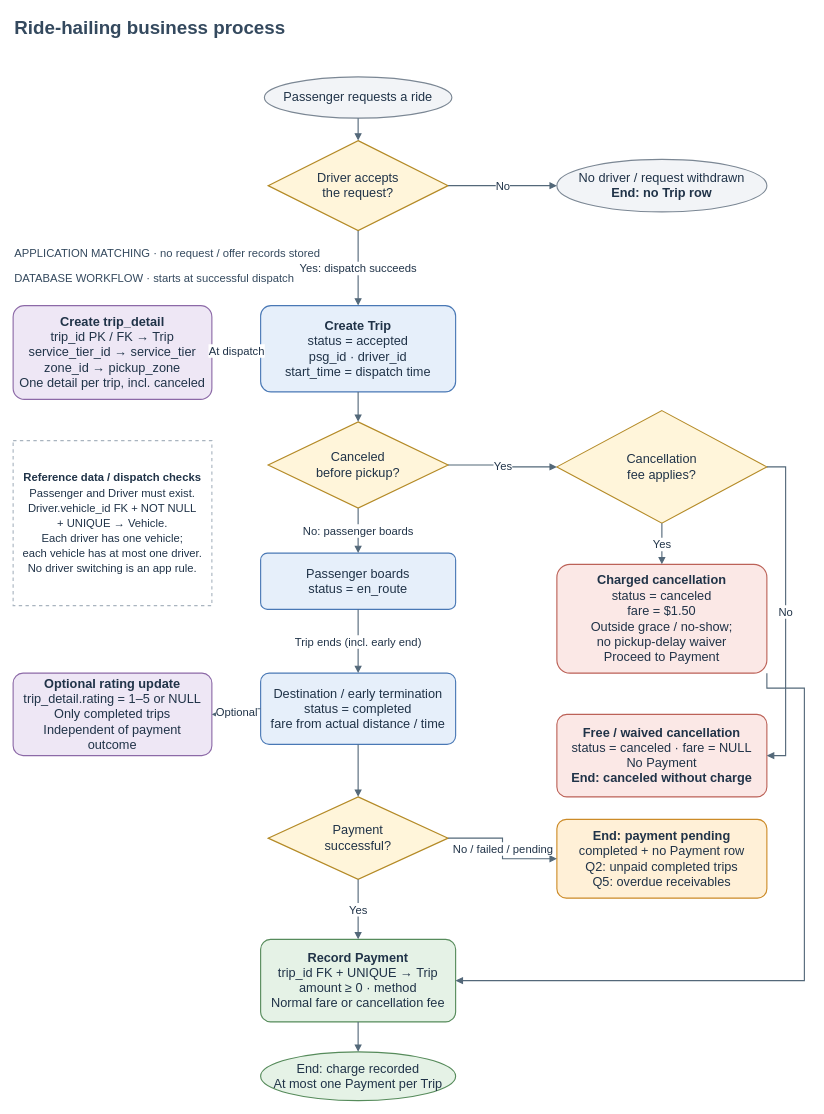
Before: 04_figures/a1_business_flow_report.drawio in chenyanwu83-blip/DBM-Group-Project1, a draw.io diagram. Source tidied: cells renumbered, new cells numbered last; positions are measured from the earlier drawing's top-left corner, leaving out a move shared by most shapes. Both pictures are drawn from the tidied source at 75%, with x=0, y=0 at pixel (13, 13).
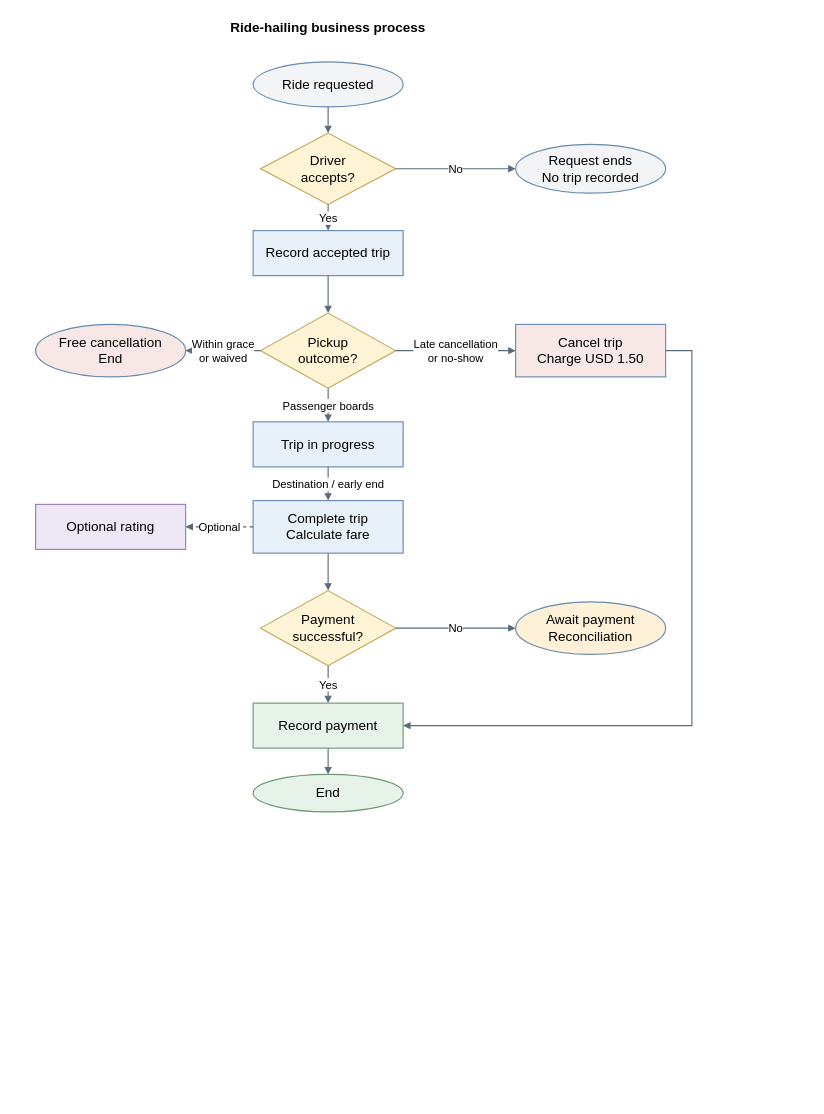
After the change.

Commit message (it also covers changes not shown here):
A: Redraw concise business process flow — CHEN Yinan

The edit, as a diff of the source:
```diff
@@
-    <mxCell id="2" value="&lt;b&gt;Ride-hailing business process&lt;/b&gt;" style="text;html=1;whiteSpace=wrap;align=left;verticalAlign=middle;fontFamily=Arial;fontSize=25;fontColor=#34495e;" parent="1" vertex="1">
-      <mxGeometry width="1040" height="35" as="geometry" />
+    <mxCell id="2" value="&lt;b&gt;Ride-hailing business process&lt;/b&gt;" style="text;strokeColor=none;fillColor=none;html=1;whiteSpace=wrap;align=center;verticalAlign=middle;fontFamily=Arial;fontSize=18;spacing=6;fillColor=#e8f0fa;strokeColor=#6689b0;strokeWidth=1.5;strokeColor=none;fillColor=none;" parent="1" vertex="1">
+      <mxGeometry x="180" width="480" height="40" as="geometry" />
     </mxCell>
-    <mxCell id="3" value="Passenger requests a ride" style="ellipse;whiteSpace=wrap;html=1;fillColor=#f2f4f7;strokeColor=#7b8794;strokeWidth=1.5;fontColor=#203348;fontFamily=Arial;fontSize=17;align=center;verticalAlign=middle;spacing=8;" parent="1" vertex="1">
-      <mxGeometry x="335" y="85" width="250" height="55" as="geometry" />
+    <mxCell id="3" value="Ride requested" style="ellipse;html=1;whiteSpace=wrap;align=center;verticalAlign=middle;fontFamily=Arial;fontSize=18;spacing=6;fillColor=#f2f4f6;strokeColor=#6689b0;strokeWidth=1.5;" parent="1" vertex="1">
+      <mxGeometry x="320" y="65" width="200" height="60" as="geometry" />
     </mxCell>
-    <mxCell id="4" value="Driver accepts&lt;br&gt;the request?" style="rhombus;whiteSpace=wrap;html=1;fillColor=#fff5da;strokeColor=#b48a26;strokeWidth=1.5;fontColor=#203348;fontFamily=Arial;fontSize=17;align=center;verticalAlign=middle;spacing=8;" parent="1" vertex="1">
-      <mxGeometry x="340" y="170" width="240" height="120" as="geometry" />
+    <mxCell id="4" value="Driver&lt;br&gt;accepts?" style="rhombus;html=1;whiteSpace=wrap;align=center;verticalAlign=middle;fontFamily=Arial;fontSize=18;spacing=6;fillColor=#fff4d6;strokeColor=#c5a14d;strokeWidth=1.5;" parent="1" vertex="1">
+      <mxGeometry x="330" y="160" width="180" height="95" as="geometry" />
     </mxCell>
-    <mxCell id="5" value="No driver / request withdrawn&lt;br&gt;&lt;b&gt;End: no Trip row&lt;/b&gt;" style="ellipse;whiteSpace=wrap;html=1;fillColor=#f2f4f7;strokeColor=#7b8794;strokeWidth=1.5;fontColor=#203348;fontFamily=Arial;fontSize=17;align=center;verticalAlign=middle;spacing=8;" parent="1" vertex="1">
-      <mxGeometry x="725" y="195" width="280" height="70" as="geometry" />
-    </mxCell>
-    <mxCell id="6" value="APPLICATION MATCHING · no request / offer records stored" style="text;html=1;whiteSpace=wrap;align=left;verticalAlign=middle;fontFamily=Arial;fontSize=15;fontColor=#34495e;" parent="1" vertex="1">
-      <mxGeometry y="305" width="1040" height="28" as="geometry" />
-    </mxCell>
-    <mxCell id="7" value="DATABASE WORKFLOW · starts at successful dispatch" style="text;html=1;whiteSpace=wrap;align=left;verticalAlign=middle;fontFamily=Arial;fontSize=15;fontColor=#34495e;" parent="1" vertex="1">
-      <mxGeometry y="339" width="1040" height="28" as="geometry" />
-    </mxCell>
-    <mxCell id="8" value="&lt;b&gt;Create Trip&lt;/b&gt;&lt;br&gt;status = accepted&lt;br&gt;psg_id · driver_id&lt;br&gt;start_time = dispatch time" style="rounded=1;arcSize=12;whiteSpace=wrap;html=1;fillColor=#e6effa;strokeColor=#4978b5;strokeWidth=1.5;fontColor=#203348;fontFamily=Arial;fontSize=17;align=center;verticalAlign=middle;spacing=8;" parent="1" vertex="1">
-      <mxGeometry x="330" y="390" width="260" height="115" as="geometry" />
-    </mxCell>
-    <mxCell id="9" value="&lt;b&gt;Create trip_detail&lt;/b&gt;&lt;br&gt;trip_id PK / FK → Trip&lt;br&gt;service_tier_id → service_tier&lt;br&gt;zone_id → pickup_zone&lt;br&gt;One detail per trip, incl. canceled" style="rounded=1;arcSize=12;whiteSpace=wrap;html=1;fillColor=#eee7f5;strokeColor=#8c69a7;strokeWidth=1.5;fontColor=#203348;fontFamily=Arial;fontSize=17;align=center;verticalAlign=middle;spacing=8;" parent="1" vertex="1">
-      <mxGeometry y="390" width="265" height="125" as="geometry" />
-    </mxCell>
-    <mxCell id="10" value="Canceled&lt;br&gt;before pickup?" style="rhombus;whiteSpace=wrap;html=1;fillColor=#fff5da;strokeColor=#b48a26;strokeWidth=1.5;fontColor=#203348;fontFamily=Arial;fontSize=17;align=center;verticalAlign=middle;spacing=8;" parent="1" vertex="1">
-      <mxGeometry x="340" y="545" width="240" height="115" as="geometry" />
-    </mxCell>
-    <mxCell id="11" value="Cancellation&lt;br&gt;fee applies?" style="rhombus;whiteSpace=wrap;html=1;fillColor=#fff5da;strokeColor=#b48a26;strokeWidth=1.5;fontColor=#203348;fontFamily=Arial;fontSize=17;align=center;verticalAlign=middle;spacing=8;" parent="1" vertex="1">
-      <mxGeometry x="725" y="530" width="280" height="150" as="geometry" />
-    </mxCell>
-    <mxCell id="12" value="Passenger boards&lt;br&gt;status = en_route" style="rounded=1;arcSize=12;whiteSpace=wrap;html=1;fillColor=#e6effa;strokeColor=#4978b5;strokeWidth=1.5;fontColor=#203348;fontFamily=Arial;fontSize=17;align=center;verticalAlign=middle;spacing=8;" parent="1" vertex="1">
-      <mxGeometry x="330" y="720" width="260" height="75" as="geometry" />
-    </mxCell>
-    <mxCell id="13" value="&lt;b&gt;Charged cancellation&lt;/b&gt;&lt;br&gt;status = canceled&lt;br&gt;fare = $1.50&lt;br&gt;Outside grace / no-show;&lt;br&gt;no pickup-delay waiver&lt;br&gt;Proceed to Payment" style="rounded=1;arcSize=12;whiteSpace=wrap;html=1;fillColor=#fbe8e6;strokeColor=#bc6258;strokeWidth=1.5;fontColor=#203348;fontFamily=Arial;fontSize=17;align=center;verticalAlign=middle;spacing=8;" parent="1" vertex="1">
-      <mxGeometry x="725" y="735" width="280" height="145" as="geometry" />
-    </mxCell>
+    <mxCell id="38" value="Request ends&lt;br&gt;No trip recorded" style="ellipse;html=1;whiteSpace=wrap;align=center;verticalAlign=middle;fontFamily=Arial;fontSize=18;spacing=6;fillColor=#f2f4f6;strokeColor=#6689b0;strokeWidth=1.5;" parent="1" vertex="1">
+      <mxGeometry x="670" y="175" width="200" height="65" as="geometry" />
+    </mxCell>
+    <mxCell id="39" value="Record accepted trip" style="rounded=0;html=1;whiteSpace=wrap;align=center;verticalAlign=middle;fontFamily=Arial;fontSize=18;spacing=6;fillColor=#e8f0fa;strokeColor=#6689b0;strokeWidth=1.5;" parent="1" vertex="1">
+      <mxGeometry x="320" y="290" width="200" height="60" as="geometry" />
+    </mxCell>
+    <mxCell id="40" value="Pickup&lt;br&gt;outcome?" style="rhombus;html=1;whiteSpace=wrap;align=center;verticalAlign=middle;fontFamily=Arial;fontSize=18;spacing=6;fillColor=#fff4d6;strokeColor=#c5a14d;strokeWidth=1.5;" parent="1" vertex="1">
+      <mxGeometry x="330" y="400" width="180" height="100" as="geometry" />
+    </mxCell>
-    <mxCell id="14" value="&lt;b&gt;Free / waived cancellation&lt;/b&gt;&lt;br&gt;status = canceled · fare = NULL&lt;br&gt;No Payment&lt;br&gt;&lt;b&gt;End: canceled without charge&lt;/b&gt;" style="rounded=1;arcSize=12;whiteSpace=wrap;html=1;fillColor=#fbe8e6;strokeColor=#bc6258;strokeWidth=1.5;fontColor=#203348;fontFamily=Arial;fontSize=17;align=center;verticalAlign=middle;spacing=8;" parent="1" vertex="1">
-      <mxGeometry x="725" y="935" width="280" height="110" as="geometry" />
+    <mxCell id="14" value="Free cancellation&lt;br&gt;End" style="ellipse;html=1;whiteSpace=wrap;align=center;verticalAlign=middle;fontFamily=Arial;fontSize=18;spacing=6;fillColor=#f8e8e5;strokeColor=#6689b0;strokeWidth=1.5;" parent="1" vertex="1">
+      <mxGeometry x="30" y="415" width="200" height="70" as="geometry" />
     </mxCell>
+    <mxCell id="41" value="Cancel trip&lt;br&gt;Charge USD 1.50" style="rounded=0;html=1;whiteSpace=wrap;align=center;verticalAlign=middle;fontFamily=Arial;fontSize=18;spacing=6;fillColor=#f8e8e5;strokeColor=#6689b0;strokeWidth=1.5;" parent="1" vertex="1">
+      <mxGeometry x="670" y="415" width="200" height="70" as="geometry" />
+    </mxCell>
+    <mxCell id="42" value="Trip in progress" style="rounded=0;html=1;whiteSpace=wrap;align=center;verticalAlign=middle;fontFamily=Arial;fontSize=18;spacing=6;fillColor=#e8f0fa;strokeColor=#6689b0;strokeWidth=1.5;" parent="1" vertex="1">
+      <mxGeometry x="320" y="545" width="200" height="60" as="geometry" />
+    </mxCell>
-    <mxCell id="15" value="Destination / early termination&lt;br&gt;status = completed&lt;br&gt;fare from actual distance / time" style="rounded=1;arcSize=12;whiteSpace=wrap;html=1;fillColor=#e6effa;strokeColor=#4978b5;strokeWidth=1.5;fontColor=#203348;fontFamily=Arial;fontSize=17;align=center;verticalAlign=middle;spacing=8;" parent="1" vertex="1">
-      <mxGeometry x="330" y="880" width="260" height="95" as="geometry" />
+    <mxCell id="15" value="Complete trip&lt;br&gt;Calculate fare" style="rounded=0;html=1;whiteSpace=wrap;align=center;verticalAlign=middle;fontFamily=Arial;fontSize=18;spacing=6;fillColor=#e8f0fa;strokeColor=#6689b0;strokeWidth=1.5;" parent="1" vertex="1">
+      <mxGeometry x="320" y="650" width="200" height="70" as="geometry" />
     </mxCell>
-    <mxCell id="16" value="&lt;b&gt;Optional rating update&lt;/b&gt;&lt;br&gt;trip_detail.rating = 1–5 or NULL&lt;br&gt;Only completed trips&lt;br&gt;Independent of payment outcome" style="rounded=1;arcSize=12;whiteSpace=wrap;html=1;fillColor=#eee7f5;strokeColor=#8c69a7;strokeWidth=1.5;fontColor=#203348;fontFamily=Arial;fontSize=17;align=center;verticalAlign=middle;spacing=8;" parent="1" vertex="1">
-      <mxGeometry y="880" width="265" height="110" as="geometry" />
+    <mxCell id="16" value="Optional rating" style="rounded=0;html=1;whiteSpace=wrap;align=center;verticalAlign=middle;fontFamily=Arial;fontSize=18;spacing=6;fillColor=#eee7f5;strokeColor=#9a7bb2;strokeWidth=1.5;" parent="1" vertex="1">
+      <mxGeometry x="30" y="655" width="200" height="60" as="geometry" />
     </mxCell>
-    <mxCell id="17" value="Payment&lt;br&gt;successful?" style="rhombus;whiteSpace=wrap;html=1;fillColor=#fff5da;strokeColor=#b48a26;strokeWidth=1.5;fontColor=#203348;fontFamily=Arial;fontSize=17;align=center;verticalAlign=middle;spacing=8;" parent="1" vertex="1">
-      <mxGeometry x="340" y="1045" width="240" height="110" as="geometry" />
+    <mxCell id="17" value="Payment&lt;br&gt;successful?" style="rhombus;html=1;whiteSpace=wrap;align=center;verticalAlign=middle;fontFamily=Arial;fontSize=18;spacing=6;fillColor=#fff4d6;strokeColor=#c5a14d;strokeWidth=1.5;" parent="1" vertex="1">
+      <mxGeometry x="330" y="770" width="180" height="100" as="geometry" />
     </mxCell>
-    <mxCell id="18" value="&lt;b&gt;End: payment pending&lt;/b&gt;&lt;br&gt;completed + no Payment row&lt;br&gt;Q2: unpaid completed trips&lt;br&gt;Q5: overdue receivables" style="rounded=1;arcSize=12;whiteSpace=wrap;html=1;fillColor=#fff0d7;strokeColor=#cc8b28;strokeWidth=1.5;fontColor=#203348;fontFamily=Arial;fontSize=17;align=center;verticalAlign=middle;spacing=8;" parent="1" vertex="1">
-      <mxGeometry x="725" y="1075" width="280" height="105" as="geometry" />
+    <mxCell id="18" value="Await payment&lt;br&gt;Reconciliation" style="ellipse;html=1;whiteSpace=wrap;align=center;verticalAlign=middle;fontFamily=Arial;fontSize=18;spacing=6;fillColor=#fff0d8;strokeColor=#6689b0;strokeWidth=1.5;" parent="1" vertex="1">
+      <mxGeometry x="670" y="785" width="200" height="70" as="geometry" />
     </mxCell>
-    <mxCell id="19" value="&lt;b&gt;Record Payment&lt;/b&gt;&lt;br&gt;trip_id FK + UNIQUE → Trip&lt;br&gt;amount ≥ 0 · method&lt;br&gt;Normal fare or cancellation fee" style="rounded=1;arcSize=12;whiteSpace=wrap;html=1;fillColor=#e5f2e6;strokeColor=#568b5b;strokeWidth=1.5;fontColor=#203348;fontFamily=Arial;fontSize=17;align=center;verticalAlign=middle;spacing=8;" parent="1" vertex="1">
-      <mxGeometry x="330" y="1235" width="260" height="110" as="geometry" />
+    <mxCell id="19" value="Record payment" style="rounded=0;html=1;whiteSpace=wrap;align=center;verticalAlign=middle;fontFamily=Arial;fontSize=18;spacing=6;fillColor=#e7f2e8;strokeColor=#6b9a70;strokeWidth=1.5;" parent="1" vertex="1">
+      <mxGeometry x="320" y="920" width="200" height="60" as="geometry" />
     </mxCell>
-    <mxCell id="20" value="End: charge recorded&lt;br&gt;At most one Payment per Trip" style="ellipse;whiteSpace=wrap;html=1;fillColor=#e5f2e6;strokeColor=#568b5b;strokeWidth=1.5;fontColor=#203348;fontFamily=Arial;fontSize=17;align=center;verticalAlign=middle;spacing=8;" parent="1" vertex="1">
-      <mxGeometry x="330" y="1385" width="260" height="65" as="geometry" />
+    <mxCell id="20" value="End" style="ellipse;html=1;whiteSpace=wrap;align=center;verticalAlign=middle;fontFamily=Arial;fontSize=18;spacing=6;fillColor=#e7f2e8;strokeColor=#6b9a70;strokeWidth=1.5;" parent="1" vertex="1">
+      <mxGeometry x="320" y="1015" width="200" height="50" as="geometry" />
     </mxCell>
-    <mxCell id="21" value="&lt;font style=&quot;font-size:15px&quot;&gt;&lt;b&gt;Reference data / dispatch checks&lt;/b&gt;&lt;br&gt;Passenger and Driver must exist.&lt;br&gt;Driver.vehicle_id FK + NOT NULL&lt;br&gt;+ UNIQUE → Vehicle.&lt;br&gt;Each driver has one vehicle;&lt;br&gt;each vehicle has at most one driver.&lt;br&gt;No driver switching is an app rule.&lt;/font&gt;" style="rounded=0;dashed=1;whiteSpace=wrap;html=1;fillColor=#ffffff;strokeColor=#a9b4bf;strokeWidth=1.5;fontColor=#203348;fontFamily=Arial;fontSize=17;align=center;verticalAlign=middle;spacing=8;" parent="1" vertex="1">
-      <mxGeometry y="570" width="265" height="220" as="geometry" />
-    </mxCell>
-    <mxCell id="22" style="edgeStyle=orthogonalEdgeStyle;rounded=0;html=1;endArrow=block;endFill=1;strokeColor=#536879;strokeWidth=1.5;fontFamily=Arial;fontSize=15;fontColor=#203348;labelBackgroundColor=#ffffff;exitX=0.5;exitY=1;entryX=0.5;entryY=0;" parent="1" edge="1" source="3" target="4">
+    <mxCell id="22" style="edgeStyle=orthogonalEdgeStyle;rounded=0;html=1;endArrow=block;endFill=1;strokeWidth=1.5;strokeColor=#596b7b;fontFamily=Arial;fontSize=15;labelBackgroundColor=#ffffff;exitX=0.5;exitY=1;entryX=0.5;entryY=0;" parent="1" edge="1" source="3" target="4">
       <mxGeometry relative="1" as="geometry" />
     </mxCell>
-    <mxCell id="23" value="No" style="edgeStyle=orthogonalEdgeStyle;rounded=0;html=1;endArrow=block;endFill=1;strokeColor=#536879;strokeWidth=1.5;fontFamily=Arial;fontSize=15;fontColor=#203348;labelBackgroundColor=#ffffff;exitX=1;exitY=0.5;entryX=0;entryY=0.5;" parent="1" edge="1" source="4" target="5">
+    <mxCell id="23" value="No" style="edgeStyle=orthogonalEdgeStyle;rounded=0;html=1;endArrow=block;endFill=1;strokeWidth=1.5;strokeColor=#596b7b;fontFamily=Arial;fontSize=15;labelBackgroundColor=#ffffff;exitX=1;exitY=0.5;entryX=0;entryY=0.5;" parent="1" edge="1" source="4" target="38">
       <mxGeometry relative="1" as="geometry" />
     </mxCell>
-    <mxCell id="24" value="Yes: dispatch succeeds" style="edgeStyle=orthogonalEdgeStyle;rounded=0;html=1;endArrow=block;endFill=1;strokeColor=#536879;strokeWidth=1.5;fontFamily=Arial;fontSize=15;fontColor=#203348;labelBackgroundColor=#ffffff;exitX=0.5;exitY=1;entryX=0.5;entryY=0;" parent="1" edge="1" source="4" target="8">
+    <mxCell id="24" value="Yes" style="edgeStyle=orthogonalEdgeStyle;rounded=0;html=1;endArrow=block;endFill=1;strokeWidth=1.5;strokeColor=#596b7b;fontFamily=Arial;fontSize=15;labelBackgroundColor=#ffffff;exitX=0.5;exitY=1;entryX=0.5;entryY=0;" parent="1" edge="1" source="4" target="39">
       <mxGeometry relative="1" as="geometry" />
     </mxCell>
-    <mxCell id="25" value="At dispatch" style="edgeStyle=orthogonalEdgeStyle;rounded=0;html=1;endArrow=block;endFill=1;strokeColor=#536879;strokeWidth=1.5;fontFamily=Arial;fontSize=15;fontColor=#203348;labelBackgroundColor=#ffffff;exitX=0;exitY=0.5;entryX=1;entryY=0.5;" parent="1" edge="1" source="8" target="9">
+    <mxCell id="25" style="edgeStyle=orthogonalEdgeStyle;rounded=0;html=1;endArrow=block;endFill=1;strokeWidth=1.5;strokeColor=#596b7b;fontFamily=Arial;fontSize=15;labelBackgroundColor=#ffffff;exitX=0.5;exitY=1;entryX=0.5;entryY=0;" parent="1" edge="1" source="39" target="40">
       <mxGeometry relative="1" as="geometry" />
     </mxCell>
-    <mxCell id="26" style="edgeStyle=orthogonalEdgeStyle;rounded=0;html=1;endArrow=block;endFill=1;strokeColor=#536879;strokeWidth=1.5;fontFamily=Arial;fontSize=15;fontColor=#203348;labelBackgroundColor=#ffffff;exitX=0.5;exitY=1;entryX=0.5;entryY=0;" parent="1" edge="1" source="8" target="10">
+    <mxCell id="26" value="Within grace&lt;br&gt;or waived" style="edgeStyle=orthogonalEdgeStyle;rounded=0;html=1;endArrow=block;endFill=1;strokeWidth=1.5;strokeColor=#596b7b;fontFamily=Arial;fontSize=15;labelBackgroundColor=#ffffff;exitX=0;exitY=0.5;entryX=1;entryY=0.5;" parent="1" edge="1" source="40" target="14">
       <mxGeometry relative="1" as="geometry" />
     </mxCell>
-    <mxCell id="27" value="Yes" style="edgeStyle=orthogonalEdgeStyle;rounded=0;html=1;endArrow=block;endFill=1;strokeColor=#536879;strokeWidth=1.5;fontFamily=Arial;fontSize=15;fontColor=#203348;labelBackgroundColor=#ffffff;exitX=1;exitY=0.5;entryX=0;entryY=0.5;" parent="1" edge="1" source="10" target="11">
+    <mxCell id="27" value="Late cancellation&lt;br&gt;or no-show" style="edgeStyle=orthogonalEdgeStyle;rounded=0;html=1;endArrow=block;endFill=1;strokeWidth=1.5;strokeColor=#596b7b;fontFamily=Arial;fontSize=15;labelBackgroundColor=#ffffff;exitX=1;exitY=0.5;entryX=0;entryY=0.5;" parent="1" edge="1" source="40" target="41">
       <mxGeometry relative="1" as="geometry" />
     </mxCell>
-    <mxCell id="28" value="No: passenger boards" style="edgeStyle=orthogonalEdgeStyle;rounded=0;html=1;endArrow=block;endFill=1;strokeColor=#536879;strokeWidth=1.5;fontFamily=Arial;fontSize=15;fontColor=#203348;labelBackgroundColor=#ffffff;exitX=0.5;exitY=1;entryX=0.5;entryY=0;" parent="1" edge="1" source="10" target="12">
+    <mxCell id="28" value="Passenger boards" style="edgeStyle=orthogonalEdgeStyle;rounded=0;html=1;endArrow=block;endFill=1;strokeWidth=1.5;strokeColor=#596b7b;fontFamily=Arial;fontSize=15;labelBackgroundColor=#ffffff;exitX=0.5;exitY=1;entryX=0.5;entryY=0;" parent="1" edge="1" source="40" target="42">
       <mxGeometry relative="1" as="geometry" />
     </mxCell>
-    <mxCell id="29" value="Yes" style="edgeStyle=orthogonalEdgeStyle;rounded=0;html=1;endArrow=block;endFill=1;strokeColor=#536879;strokeWidth=1.5;fontFamily=Arial;fontSize=15;fontColor=#203348;labelBackgroundColor=#ffffff;exitX=0.5;exitY=1;entryX=0.5;entryY=0;" parent="1" edge="1" source="11" target="13">
+    <mxCell id="29" value="Destination / early end" style="edgeStyle=orthogonalEdgeStyle;rounded=0;html=1;endArrow=block;endFill=1;strokeWidth=1.5;strokeColor=#596b7b;fontFamily=Arial;fontSize=15;labelBackgroundColor=#ffffff;exitX=0.5;exitY=1;entryX=0.5;entryY=0;" parent="1" edge="1" source="42" target="15">
       <mxGeometry relative="1" as="geometry" />
     </mxCell>
-    <mxCell id="30" value="No" style="edgeStyle=orthogonalEdgeStyle;rounded=0;html=1;endArrow=block;endFill=1;strokeColor=#536879;strokeWidth=1.5;fontFamily=Arial;fontSize=15;fontColor=#203348;labelBackgroundColor=#ffffff;exitX=1;exitY=0.5;entryX=1;entryY=0.5;" parent="1" edge="1" source="11" target="14">
-      <mxGeometry relative="1" as="geometry">
-        <Array as="points">
-          <mxPoint x="1030" y="605" />
-          <mxPoint x="1030" y="990" />
-        </Array>
-      </mxGeometry>
+    <mxCell id="30" value="Optional" style="edgeStyle=orthogonalEdgeStyle;rounded=0;html=1;endArrow=block;endFill=1;strokeWidth=1.5;strokeColor=#596b7b;fontFamily=Arial;fontSize=15;labelBackgroundColor=#ffffff;exitX=0;exitY=0.5;entryX=1;entryY=0.5;dashed=1;" parent="1" edge="1" source="15" target="16">
+      <mxGeometry relative="1" as="geometry" />
     </mxCell>
-    <mxCell id="31" value="Trip ends (incl. early end)" style="edgeStyle=orthogonalEdgeStyle;rounded=0;html=1;endArrow=block;endFill=1;strokeColor=#536879;strokeWidth=1.5;fontFamily=Arial;fontSize=15;fontColor=#203348;labelBackgroundColor=#ffffff;exitX=0.5;exitY=1;entryX=0.5;entryY=0;" parent="1" edge="1" source="12" target="15">
+    <mxCell id="31" style="edgeStyle=orthogonalEdgeStyle;rounded=0;html=1;endArrow=block;endFill=1;strokeWidth=1.5;strokeColor=#596b7b;fontFamily=Arial;fontSize=15;labelBackgroundColor=#ffffff;exitX=0.5;exitY=1;entryX=0.5;entryY=0;" parent="1" edge="1" source="15" target="17">
       <mxGeometry relative="1" as="geometry" />
     </mxCell>
-    <mxCell id="32" value="Optional" style="edgeStyle=orthogonalEdgeStyle;rounded=0;html=1;endArrow=block;endFill=1;strokeColor=#536879;strokeWidth=1.5;fontFamily=Arial;fontSize=15;fontColor=#203348;labelBackgroundColor=#ffffff;exitX=0;exitY=0.5;entryX=1;entryY=0.5;dashed=1;" parent="1" edge="1" source="15" target="16">
+    <mxCell id="32" value="No" style="edgeStyle=orthogonalEdgeStyle;rounded=0;html=1;endArrow=block;endFill=1;strokeWidth=1.5;strokeColor=#596b7b;fontFamily=Arial;fontSize=15;labelBackgroundColor=#ffffff;exitX=1;exitY=0.5;entryX=0;entryY=0.5;" parent="1" edge="1" source="17" target="18">
       <mxGeometry relative="1" as="geometry" />
     </mxCell>
-    <mxCell id="33" style="edgeStyle=orthogonalEdgeStyle;rounded=0;html=1;endArrow=block;endFill=1;strokeColor=#536879;strokeWidth=1.5;fontFamily=Arial;fontSize=15;fontColor=#203348;labelBackgroundColor=#ffffff;exitX=0.5;exitY=1;entryX=0.5;entryY=0;" parent="1" edge="1" source="15" target="17">
+    <mxCell id="33" value="Yes" style="edgeStyle=orthogonalEdgeStyle;rounded=0;html=1;endArrow=block;endFill=1;strokeWidth=1.5;strokeColor=#596b7b;fontFamily=Arial;fontSize=15;labelBackgroundColor=#ffffff;exitX=0.5;exitY=1;entryX=0.5;entryY=0;" parent="1" edge="1" source="17" target="19">
       <mxGeometry relative="1" as="geometry" />
     </mxCell>
-    <mxCell id="34" value="No / failed / pending" style="edgeStyle=orthogonalEdgeStyle;rounded=0;html=1;endArrow=block;endFill=1;strokeColor=#536879;strokeWidth=1.5;fontFamily=Arial;fontSize=15;fontColor=#203348;labelBackgroundColor=#ffffff;exitX=1;exitY=0.5;entryX=0;entryY=0.5;" parent="1" edge="1" source="17" target="18">
-      <mxGeometry relative="1" as="geometry" />
+    <mxCell id="34" style="edgeStyle=orthogonalEdgeStyle;rounded=0;html=1;endArrow=block;endFill=1;strokeWidth=1.5;strokeColor=#596b7b;fontFamily=Arial;fontSize=15;labelBackgroundColor=#ffffff;exitX=1;exitY=0.5;entryX=1;entryY=0.5;" parent="1" edge="1" source="41" target="19">
+      <mxGeometry relative="1" as="geometry">
+        <Array as="points">
+          <mxPoint x="905" y="450" />
+          <mxPoint x="905" y="950" />
+        </Array>
+      </mxGeometry>
     </mxCell>
-    <mxCell id="35" value="Yes" style="edgeStyle=orthogonalEdgeStyle;rounded=0;html=1;endArrow=block;endFill=1;strokeColor=#536879;strokeWidth=1.5;fontFamily=Arial;fontSize=15;fontColor=#203348;labelBackgroundColor=#ffffff;exitX=0.5;exitY=1;entryX=0.5;entryY=0;" parent="1" edge="1" source="17" target="19">
+    <mxCell id="35" style="edgeStyle=orthogonalEdgeStyle;rounded=0;html=1;endArrow=block;endFill=1;strokeWidth=1.5;strokeColor=#596b7b;fontFamily=Arial;fontSize=15;labelBackgroundColor=#ffffff;exitX=0.5;exitY=1;entryX=0.5;entryY=0;" parent="1" edge="1" source="19" target="20">
       <mxGeometry relative="1" as="geometry" />
     </mxCell>
-    <mxCell id="36" style="edgeStyle=orthogonalEdgeStyle;rounded=0;html=1;endArrow=block;endFill=1;strokeColor=#536879;strokeWidth=1.5;fontFamily=Arial;fontSize=15;fontColor=#203348;labelBackgroundColor=#ffffff;exitX=1;exitY=1;entryX=1;entryY=0.5;" parent="1" edge="1" source="13" target="19">
-      <mxGeometry relative="1" as="geometry">
-        <Array as="points">
-          <mxPoint x="1055" y="900" />
-          <mxPoint x="1055" y="1290" />
-        </Array>
-      </mxGeometry>
-    </mxCell>
-    <mxCell id="37" style="edgeStyle=orthogonalEdgeStyle;rounded=0;html=1;endArrow=block;endFill=1;strokeColor=#536879;strokeWidth=1.5;fontFamily=Arial;fontSize=15;fontColor=#203348;labelBackgroundColor=#ffffff;exitX=0.5;exitY=1;entryX=0.5;entryY=0;" parent="1" edge="1" source="19" target="20">
-      <mxGeometry relative="1" as="geometry" />
-    </mxCell>
```
